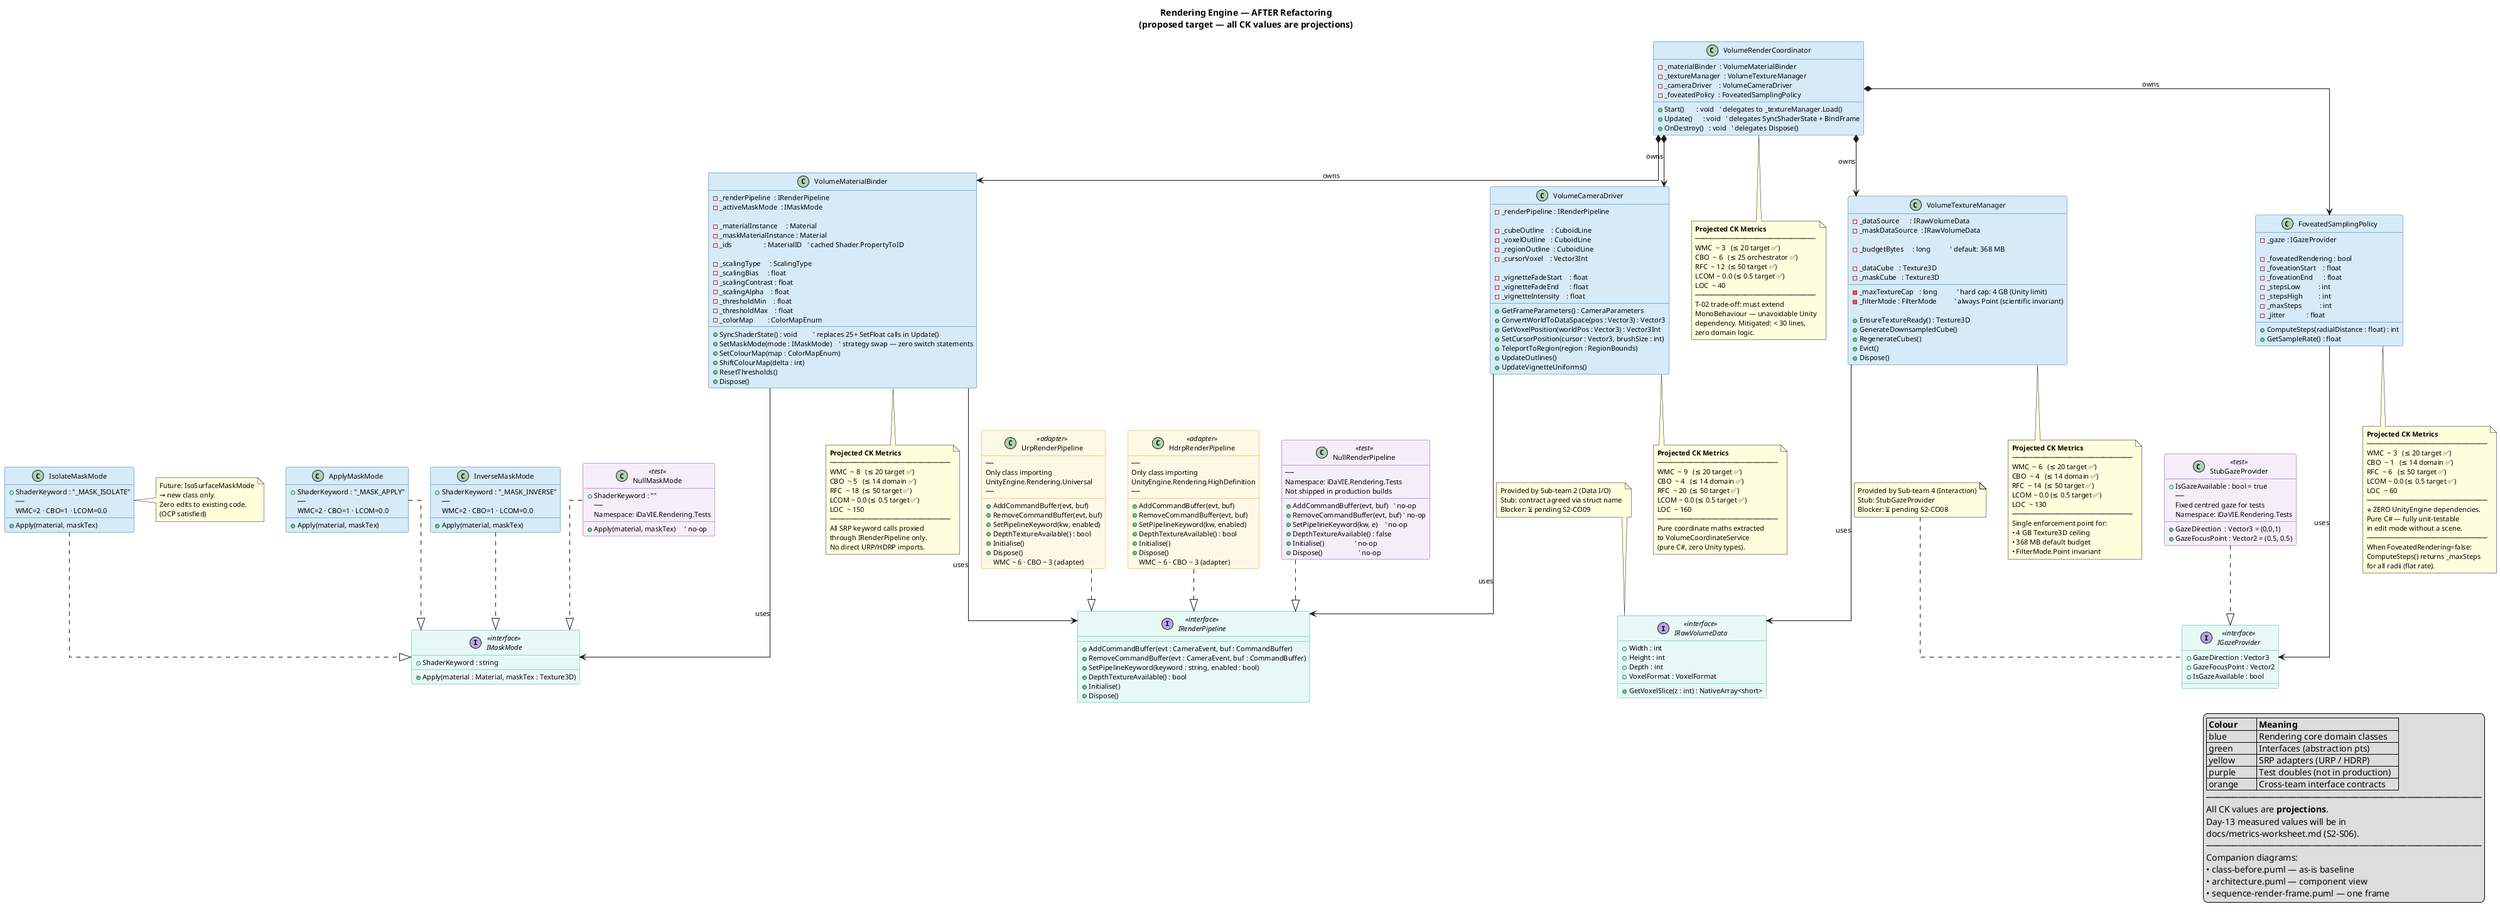
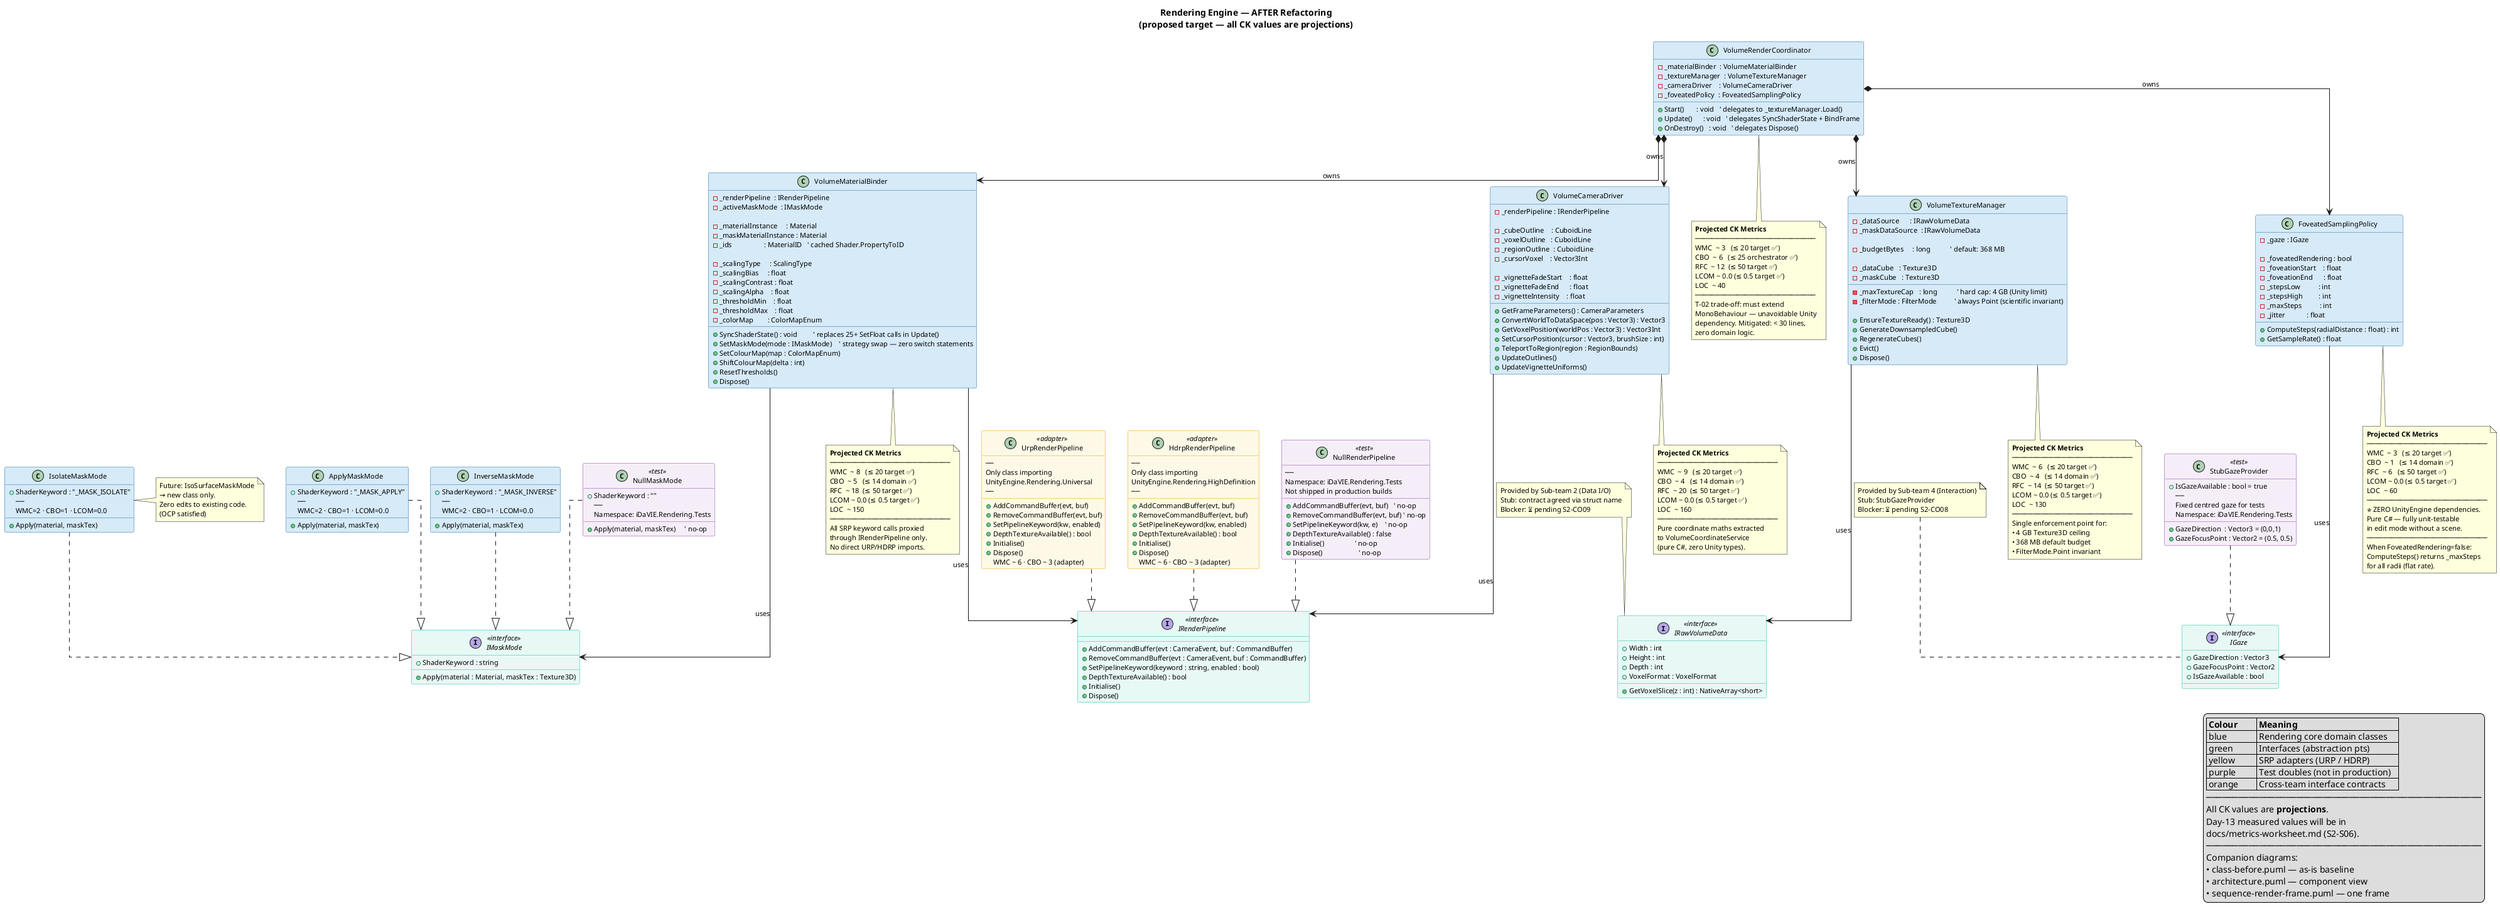
@startuml class-after
'
' iDaVIE Sub-team 3 — Rendering Engine
' Class diagram — AFTER (proposed target architecture)
' Team Alpha | Cache Me If You Can | Sprint 2 | 2026-05-25
' Companion to: diagrams/class-before.puml
'

title Rendering Engine — AFTER Refactoring\n(proposed target — all CK values are projections)

skinparam linetype ortho
skinparam defaultFontSize 11
skinparam shadowing false

skinparam class {
  BackgroundColor                #D6EAF8
  BorderColor                    #2471A3
  BackgroundColor<<interface>>   #E8F8F5
  BorderColor<<interface>>       #1ABC9C
  BackgroundColor<<adapter>>     #FEF9E7
  BorderColor<<adapter>>         #F39C12
  BackgroundColor<<test>>        #F5EEF8
  BorderColor<<test>>            #8E44AD
  BackgroundColor<<crossteam>>   #FDEBD0
  BorderColor<<crossteam>>       #E67E22
  BackgroundColor<<external>>    #FDFEFE
  BorderColor<<external>>        #BDC3C7
}

' ══════════════════════════════════════════════════════
'  INTERFACES
' ══════════════════════════════════════════════════════
interface IRenderPipeline <<interface>> {
  + AddCommandBuffer(evt : CameraEvent, buf : CommandBuffer)
  + RemoveCommandBuffer(evt : CameraEvent, buf : CommandBuffer)
  + SetPipelineKeyword(keyword : string, enabled : bool)
  + DepthTextureAvailable() : bool
  + Initialise()
  + Dispose()
}

interface IMaskMode <<interface>> {
  + Apply(material : Material, maskTex : Texture3D)
  + ShaderKeyword : string
}

- interface IGazeProvider <<interface>> {
+ interface IGaze <<interface>> {
  + GazeDirection : Vector3
  + GazeFocusPoint : Vector2
  + IsGazeAvailable : bool
}

interface IRawVolumeData <<interface>> {
  + Width : int
  + Height : int
  + Depth : int
  + VoxelFormat : VoxelFormat
  + GetVoxelSlice(z : int) : NativeArray<short>
}

- note top of IGazeProvider
+ note top of IGaze
  Provided by Sub-team 4 (Interaction)
  Stub: StubGazeProvider
  Blocker: ⏳ pending S2-CO08
end note

note top of IRawVolumeData
  Provided by Sub-team 2 (Data I/O)
  Stub: contract agreed via struct name
  Blocker: ⏳ pending S2-CO09
end note

' ══════════════════════════════════════════════════════
'  CORE — VolumeRenderCoordinator (thin MonoBehaviour shell)
' ══════════════════════════════════════════════════════
class VolumeRenderCoordinator {
  ' ── Injected collaborators ─────────────────────────
  - _materialBinder  : VolumeMaterialBinder
  - _textureManager  : VolumeTextureManager
  - _cameraDriver    : VolumeCameraDriver
  - _foveatedPolicy  : FoveatedSamplingPolicy

  ' ── Unity lifecycle (pure delegation — no domain logic) ─
  + Start()       : void   ' delegates to _textureManager.Load()
  + Update()      : void   ' delegates SyncShaderState + BindFrame
  + OnDestroy()   : void   ' delegates Dispose()
}

note bottom of VolumeRenderCoordinator
  <b>Projected CK Metrics</b>
  ─────────────────────────────
  WMC  ~ 3   (≤ 20 target ✅)
  CBO  ~ 6   (≤ 25 orchestrator ✅)
  RFC  ~ 12  (≤ 50 target ✅)
  LCOM ~ 0.0 (≤ 0.5 target ✅)
  LOC  ~ 40
  ─────────────────────────────
  T-02 trade-off: must extend
  MonoBehaviour — unavoidable Unity
  dependency. Mitigated: < 30 lines,
  zero domain logic.
end note

' ══════════════════════════════════════════════════════
'  CORE — VolumeMaterialBinder
' ══════════════════════════════════════════════════════
class VolumeMaterialBinder {
  ' ── Dependencies (interface only — DIP) ────────────
  - _renderPipeline  : IRenderPipeline
  - _activeMaskMode  : IMaskMode

  ' ── Material instances ─────────────────────────────
  - _materialInstance     : Material
  - _maskMaterialInstance : Material
  - _ids                  : MaterialID   ' cached Shader.PropertyToID

  ' ── Scaling / threshold state ──────────────────────
  - _scalingType     : ScalingType
  - _scalingBias     : float
  - _scalingContrast : float
  - _scalingAlpha    : float
  - _thresholdMin    : float
  - _thresholdMax    : float
  - _colorMap        : ColorMapEnum

  ' ── Public API ─────────────────────────────────────
  + SyncShaderState() : void         ' replaces 25+ SetFloat calls in Update()
  + SetMaskMode(mode : IMaskMode)    ' strategy swap — zero switch statements
  + SetColourMap(map : ColorMapEnum)
  + ShiftColourMap(delta : int)
  + ResetThresholds()
  + Dispose()
}

note bottom of VolumeMaterialBinder
  <b>Projected CK Metrics</b>
  ─────────────────────────────
  WMC  ~ 8   (≤ 20 target ✅)
  CBO  ~ 5   (≤ 14 domain ✅)
  RFC  ~ 18  (≤ 50 target ✅)
  LCOM ~ 0.0 (≤ 0.5 target ✅)
  LOC  ~ 150
  ─────────────────────────────
  All SRP keyword calls proxied
  through IRenderPipeline only.
  No direct URP/HDRP imports.
end note

' ══════════════════════════════════════════════════════
'  CORE — VolumeTextureManager
' ══════════════════════════════════════════════════════
class VolumeTextureManager {
  ' ── Data source (interface only) ───────────────────
  - _dataSource      : IRawVolumeData
  - _maskDataSource  : IRawVolumeData

  ' ── Budget enforcement ─────────────────────────────
  - _budgetBytes     : long           ' default: 368 MB
  - _maxTextureCap   : long           ' hard cap: 4 GB (Unity limit)

  ' ── Texture state ──────────────────────────────────
  - _dataCube   : Texture3D
  - _maskCube   : Texture3D
  - _filterMode : FilterMode          ' always Point (scientific invariant)

  ' ── Public API ─────────────────────────────────────
  + EnsureTextureReady() : Texture3D
  + GenerateDownsampledCube()
  + RegenerateCubes()
  + Evict()
  + Dispose()
}

note bottom of VolumeTextureManager
  <b>Projected CK Metrics</b>
  ─────────────────────────────
  WMC  ~ 6   (≤ 20 target ✅)
  CBO  ~ 4   (≤ 14 domain ✅)
  RFC  ~ 14  (≤ 50 target ✅)
  LCOM ~ 0.0 (≤ 0.5 target ✅)
  LOC  ~ 130
  ─────────────────────────────
  Single enforcement point for:
  • 4 GB Texture3D ceiling
  • 368 MB default budget
  • FilterMode.Point invariant
end note

' ══════════════════════════════════════════════════════
'  CORE — VolumeCameraDriver
' ══════════════════════════════════════════════════════
class VolumeCameraDriver {
  ' ── Pipeline dependency ────────────────────────────
  - _renderPipeline : IRenderPipeline

  ' ── Spatial state ──────────────────────────────────
  - _cubeOutline    : CuboidLine
  - _voxelOutline   : CuboidLine
  - _regionOutline  : CuboidLine
  - _cursorVoxel    : Vector3Int

  ' ── Vignette state ─────────────────────────────────
  - _vignetteFadeStart    : float
  - _vignetteFadeEnd      : float
  - _vignetteIntensity    : float

  ' ── Public API ─────────────────────────────────────
  + GetFrameParameters() : CameraParameters
  + ConvertWorldToDataSpace(pos : Vector3) : Vector3
  + GetVoxelPosition(worldPos : Vector3) : Vector3Int
  + SetCursorPosition(cursor : Vector3, brushSize : int)
  + TeleportToRegion(region : RegionBounds)
  + UpdateOutlines()
  + UpdateVignetteUniforms()
}

note bottom of VolumeCameraDriver
  <b>Projected CK Metrics</b>
  ─────────────────────────────
  WMC  ~ 9   (≤ 20 target ✅)
  CBO  ~ 4   (≤ 14 domain ✅)
  RFC  ~ 20  (≤ 50 target ✅)
  LCOM ~ 0.0 (≤ 0.5 target ✅)
  LOC  ~ 160
  ─────────────────────────────
  Pure coordinate maths extracted
  to VolumeCoordinateService
  (pure C#, zero Unity types).
end note

' ══════════════════════════════════════════════════════
'  CORE — FoveatedSamplingPolicy
' ══════════════════════════════════════════════════════
class FoveatedSamplingPolicy {
  ' ── Gaze (injected interface — DIP) ───────────────
-   - _gaze : IGazeProvider
+   - _gaze : IGaze

  ' ── Foveation parameters ──────────────────────────
  - _foveatedRendering : bool
  - _foveationStart    : float
  - _foveationEnd      : float
  - _stepsLow          : int
  - _stepsHigh         : int
  - _maxSteps          : int
  - _jitter            : float

  ' ── Public API ────────────────────────────────────
  + ComputeSteps(radialDistance : float) : int
  + GetSampleRate() : float
}

note bottom of FoveatedSamplingPolicy
  <b>Projected CK Metrics</b>
  ─────────────────────────────
  WMC  ~ 3   (≤ 20 target ✅)
  CBO  ~ 1   (≤ 14 domain ✅)
  RFC  ~ 6   (≤ 50 target ✅)
  LCOM ~ 0.0 (≤ 0.5 target ✅)
  LOC  ~ 60
  ─────────────────────────────
  ⭐ ZERO UnityEngine dependencies.
  Pure C# — fully unit-testable
  in edit mode without a scene.
  ─────────────────────────────
  When FoveatedRendering=false:
  ComputeSteps() returns _maxSteps
  for all radii (flat rate).
end note

' ══════════════════════════════════════════════════════
'  MASK MODE CONCRETE STRATEGIES
' ══════════════════════════════════════════════════════
class ApplyMaskMode {
  + Apply(material, maskTex)
  + ShaderKeyword : "_MASK_APPLY"
  ──
  WMC=2 · CBO=1 · LCOM=0.0
}

class InverseMaskMode {
  + Apply(material, maskTex)
  + ShaderKeyword : "_MASK_INVERSE"
  ──
  WMC=2 · CBO=1 · LCOM=0.0
}

class IsolateMaskMode {
  + Apply(material, maskTex)
  + ShaderKeyword : "_MASK_ISOLATE"
  ──
  WMC=2 · CBO=1 · LCOM=0.0
}

note right of IsolateMaskMode
  Future: IsoSurfaceMaskMode
  → new class only.
  Zero edits to existing code.
  (OCP satisfied)
end note

' ══════════════════════════════════════════════════════
'  SRP ADAPTERS
' ══════════════════════════════════════════════════════
class UrpRenderPipeline <<adapter>> {
  + AddCommandBuffer(evt, buf)
  + RemoveCommandBuffer(evt, buf)
  + SetPipelineKeyword(kw, enabled)
  + DepthTextureAvailable() : bool
  + Initialise()
  + Dispose()
  ──
  Only class importing
  UnityEngine.Rendering.Universal
  ──
  WMC ~ 6 · CBO ~ 3 (adapter)
}

class HdrpRenderPipeline <<adapter>> {
  + AddCommandBuffer(evt, buf)
  + RemoveCommandBuffer(evt, buf)
  + SetPipelineKeyword(kw, enabled)
  + DepthTextureAvailable() : bool
  + Initialise()
  + Dispose()
  ──
  Only class importing
  UnityEngine.Rendering.HighDefinition
  ──
  WMC ~ 6 · CBO ~ 3 (adapter)
}

' ══════════════════════════════════════════════════════
'  TEST DOUBLES
' ══════════════════════════════════════════════════════
class NullRenderPipeline <<test>> {
  ' All methods are no-ops
  + AddCommandBuffer(evt, buf)   ' no-op
  + RemoveCommandBuffer(evt, buf) ' no-op
  + SetPipelineKeyword(kw, e)    ' no-op
  + DepthTextureAvailable() : false
  + Initialise()                 ' no-op
  + Dispose()                    ' no-op
  ──
  Namespace: iDaVIE.Rendering.Tests
  Not shipped in production builds
}

class NullMaskMode <<test>> {
  + Apply(material, maskTex)     ' no-op
  + ShaderKeyword : ""
  ──
  Namespace: iDaVIE.Rendering.Tests
}

class StubGazeProvider <<test>> {
  + GazeDirection  : Vector3 = (0,0,1)
  + GazeFocusPoint : Vector2 = (0.5, 0.5)
  + IsGazeAvailable : bool = true
  ──
  Fixed centred gaze for tests
  Namespace: iDaVIE.Rendering.Tests
}

' ══════════════════════════════════════════════════════
'  INHERITANCE / IMPLEMENTATION
' ══════════════════════════════════════════════════════
UrpRenderPipeline  ..|> IRenderPipeline
HdrpRenderPipeline ..|> IRenderPipeline
NullRenderPipeline ..|> IRenderPipeline

ApplyMaskMode   ..|> IMaskMode
InverseMaskMode ..|> IMaskMode
IsolateMaskMode ..|> IMaskMode
NullMaskMode    ..|> IMaskMode

- StubGazeProvider ..|> IGazeProvider
+ StubGazeProvider ..|> IGaze

' ══════════════════════════════════════════════════════
'  COMPOSITION (VolumeRenderCoordinator owns the four classes)
' ══════════════════════════════════════════════════════
VolumeRenderCoordinator *--> VolumeMaterialBinder   : owns
VolumeRenderCoordinator *--> VolumeTextureManager   : owns
VolumeRenderCoordinator *--> VolumeCameraDriver     : owns
VolumeRenderCoordinator *--> FoveatedSamplingPolicy : owns

' ══════════════════════════════════════════════════════
'  DEPENDENCIES (all through interfaces — DIP enforced)
' ══════════════════════════════════════════════════════
VolumeMaterialBinder   ---> IRenderPipeline  : uses
VolumeMaterialBinder   ---> IMaskMode        : uses
VolumeCameraDriver     ---> IRenderPipeline  : uses
- FoveatedSamplingPolicy ---> IGazeProvider    : uses
+ FoveatedSamplingPolicy ---> IGaze    : uses
VolumeTextureManager   ---> IRawVolumeData   : uses

' ══════════════════════════════════════════════════════
'  LEGEND
' ══════════════════════════════════════════════════════
legend right
  |= Colour       |= Meaning                          |
  | blue          | Rendering core domain classes     |
  | green         | Interfaces (abstraction pts)      |
  | yellow        | SRP adapters (URP / HDRP)         |
  | purple        | Test doubles (not in production)  |
  | orange        | Cross-team interface contracts    |
  ────────────────────────────────────────────────────
  All CK values are <b>projections</b>.
  Day-13 measured values will be in
  docs/metrics-worksheet.md (S2-S06).
  ────────────────────────────────────────────────────
  Companion diagrams:
  • class-before.puml — as-is baseline
  • architecture.puml — component view
  • sequence-render-frame.puml — one frame
endlegend

@enduml
